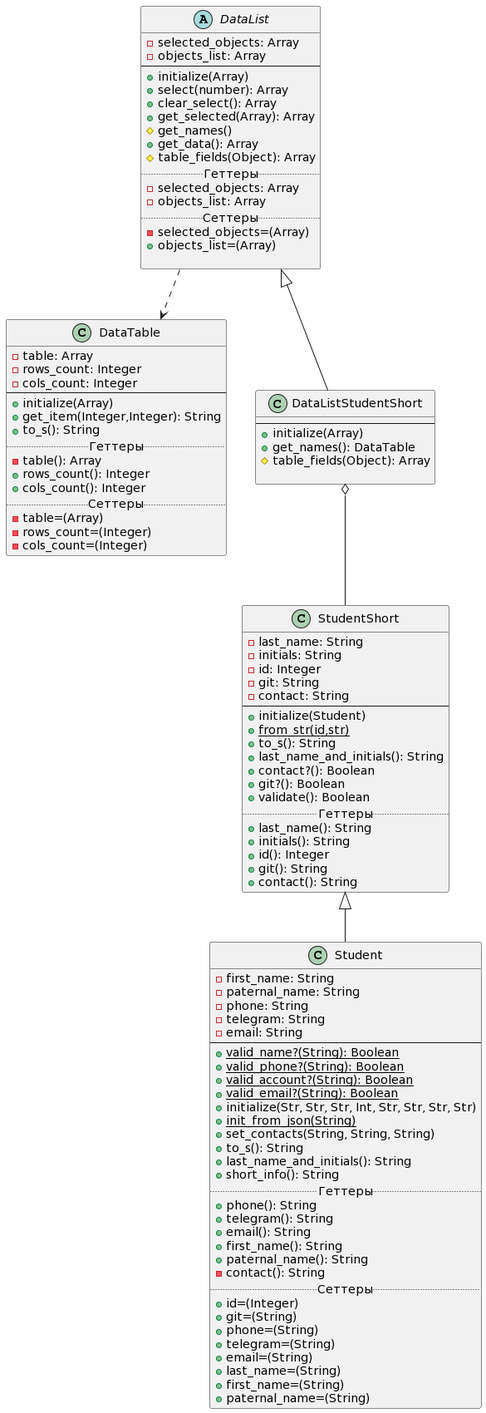
Before: Diagrams/class_diagram_lab2.png, a diagram exported from PlantUML (waasabi13/ruby_labs).
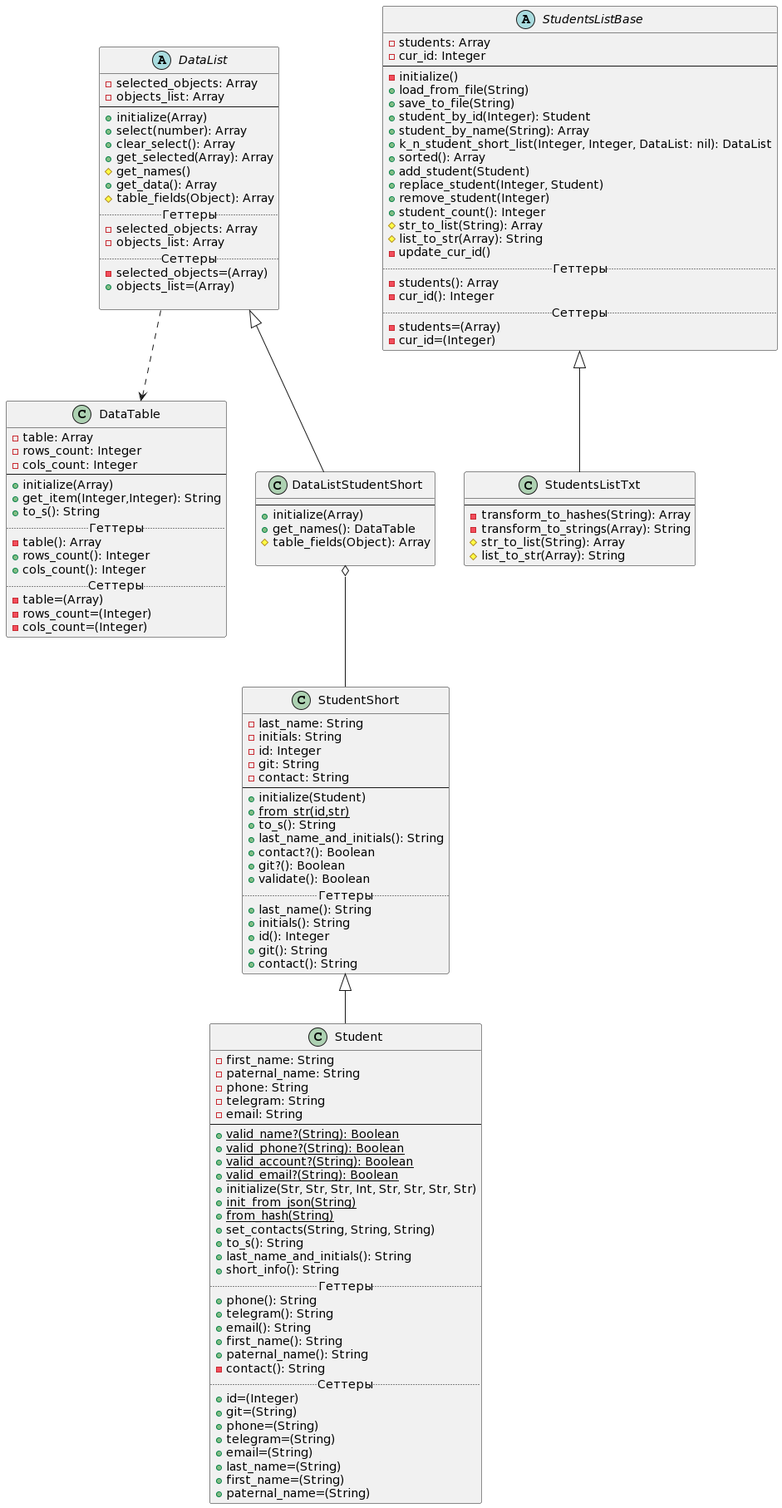
After the change.

Commit message:
Лаба 2 Задание 4.1 Создание классов student_list_base и student_list_txt.rb. Добавление метода from_hash и модификация метода init_from_json в классе student

The edit, as a diff of the source:
```diff
@@ -36,6 +36,7 @@
     +{static}valid_email?(String): Boolean
     +initialize(Str, Str, Str, Int, Str, Str, Str, Str)
     +{static}init_from_json(String)
+    +{static}from_hash(String)
     +set_contacts(String, String, String)
     +to_s(): String
     +last_name_and_initials(): String
@@ -105,6 +106,41 @@
 
  }
 
+
+abstract class StudentsListBase {
+     -students: Array
+     -cur_id: Integer
+     --
+     -initialize()
+     +load_from_file(String)
+     +save_to_file(String)
+     +student_by_id(Integer): Student
+     +student_by_name(String): Array
+     +k_n_student_short_list(Integer, Integer, DataList: nil): DataList
+     +sorted(): Array
+     +add_student(Student)
+     +replace_student(Integer, Student)
+     +remove_student(Integer)
+     +student_count(): Integer
+     #str_to_list(String): Array
+     #list_to_str(Array): String
+     -update_cur_id()
+     .. Геттеры ..
+     -students(): Array
+     -cur_id(): Integer
+     .. Сеттеры ..
+     -students=(Array)
+     -cur_id=(Integer)
+ }
+
+ class StudentsListTxt extends StudentsListBase {
+     --
+     -transform_to_hashes(String): Array
+     -transform_to_strings(Array): String
+     #str_to_list(String): Array
+     #list_to_str(Array): String
+ }
+
 DataList ..> DataTable
 
 DataListStudentShort o-- StudentShort
```
